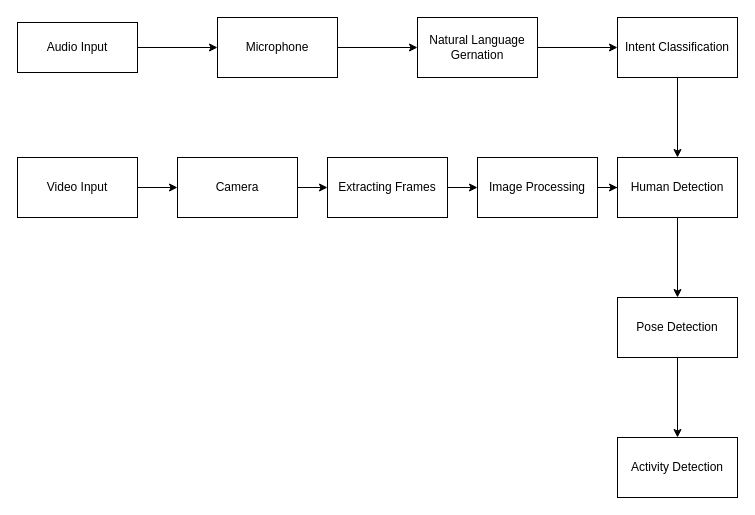
ahmad2001hotmailyahoo/ahmad-arc keeps this draw.io diagram as Artecture.drawio. Above is the earlier version. Source tidied: cells renumbered, new cells numbered last; positions are measured from the earlier drawing's top-left corner, leaving out a move shared by most shapes. Both pictures are drawn from the tidied source at 100%, with x=0, y=0 at pixel (17, 17).
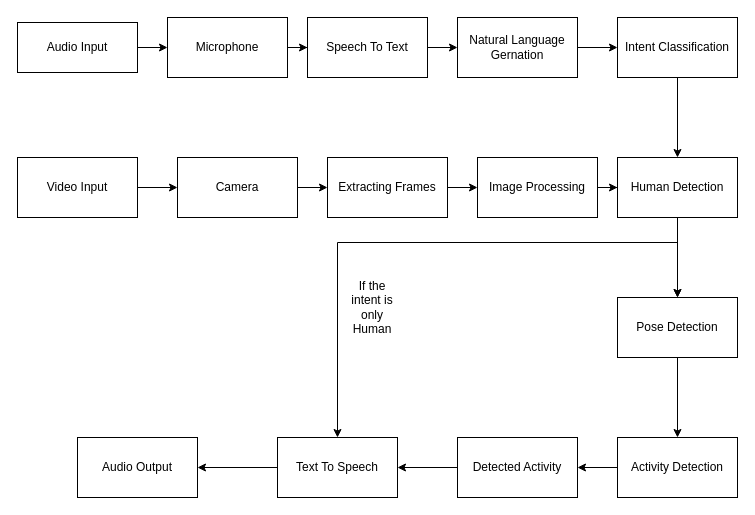
After the change.

The change refers to these unchanged cells:
```xml
<mxCell id="11" value="Human Detection" style="whiteSpace=wrap;html=1;rounded=0;" parent="1" vertex="1">
  <mxGeometry x="600" y="140" width="120" height="60" as="geometry" />
</mxCell>
<mxCell id="13" value="Pose Detection" style="whiteSpace=wrap;html=1;rounded=0;" parent="1" vertex="1">
  <mxGeometry x="600" y="280" width="120" height="60" as="geometry" />
</mxCell>
<mxCell id="14" value="Activity Detection" style="whiteSpace=wrap;html=1;rounded=0;" parent="1" vertex="1">
  <mxGeometry x="600" y="420" width="120" height="60" as="geometry" />
</mxCell>
```

Diff of the diagram source:
```diff
@@
-    <mxCell id="4" style="edgeStyle=orthogonalEdgeStyle;rounded=0;jettySize=auto;html=1;" parent="1" edge="1" source="5" target="7">
-      <mxGeometry relative="1" as="geometry" />
-    </mxCell>
+    <mxCell id="23" style="edgeStyle=orthogonalEdgeStyle;rounded=0;jettySize=auto;html=1;" parent="1" edge="1" source="5" target="32">
+      <mxGeometry relative="1" as="geometry" />
+    </mxCell>
     <mxCell id="5" value="Microphone" style="whiteSpace=wrap;html=1;rounded=0;" parent="1" vertex="1">
-      <mxGeometry x="200" width="120" height="60" as="geometry" />
+      <mxGeometry x="150" width="120" height="60" as="geometry" />
     </mxCell>
@@
     <mxCell id="7" value="Natural Language Gernation" style="whiteSpace=wrap;html=1;rounded=0;" parent="1" vertex="1">
-      <mxGeometry x="400" width="120" height="60" as="geometry" />
+      <mxGeometry x="440" width="120" height="60" as="geometry" />
     </mxCell>
@@
+    <mxCell id="24" style="edgeStyle=orthogonalEdgeStyle;rounded=0;jettySize=auto;html=1;" parent="1" edge="1" source="11" target="13">
+      <mxGeometry relative="1" as="geometry" />
+    </mxCell>
+    <mxCell id="25" style="edgeStyle=orthogonalEdgeStyle;rounded=0;jettySize=auto;html=1;entryX=0.5;entryY=0;entryDx=0;entryDy=0;" parent="1" edge="1" source="11" target="30">
+      <mxGeometry relative="1" as="geometry">
+        <Array as="points">
+          <mxPoint x="660" y="225" />
+          <mxPoint x="320" y="225" />
+        </Array>
+      </mxGeometry>
+    </mxCell>
@@
+    <mxCell id="26" style="edgeStyle=orthogonalEdgeStyle;rounded=0;jettySize=auto;html=1;" parent="1" edge="1" source="14" target="28">
+      <mxGeometry relative="1" as="geometry" />
+    </mxCell>
@@
+    <mxCell id="27" style="edgeStyle=orthogonalEdgeStyle;rounded=0;jettySize=auto;html=1;" parent="1" edge="1" source="28" target="30">
+      <mxGeometry relative="1" as="geometry" />
+    </mxCell>
+    <mxCell id="28" value="Detected Activity" style="whiteSpace=wrap;html=1;rounded=0;" parent="1" vertex="1">
+      <mxGeometry x="440" y="420" width="120" height="60" as="geometry" />
+    </mxCell>
+    <mxCell id="29" style="edgeStyle=orthogonalEdgeStyle;rounded=0;jettySize=auto;html=1;" parent="1" edge="1" source="30" target="33">
+      <mxGeometry relative="1" as="geometry" />
+    </mxCell>
+    <mxCell id="30" value="Text To Speech" style="whiteSpace=wrap;html=1;rounded=0;" parent="1" vertex="1">
+      <mxGeometry x="260" y="420" width="120" height="60" as="geometry" />
+    </mxCell>
+    <mxCell id="31" style="edgeStyle=orthogonalEdgeStyle;rounded=0;jettySize=auto;html=1;" parent="1" edge="1" source="32" target="7">
+      <mxGeometry relative="1" as="geometry" />
+    </mxCell>
+    <mxCell id="32" value="Speech To Text" style="whiteSpace=wrap;html=1;rounded=0;" parent="1" vertex="1">
+      <mxGeometry x="290" width="120" height="60" as="geometry" />
+    </mxCell>
+    <mxCell id="33" value="Audio Output" style="whiteSpace=wrap;html=1;rounded=0;" parent="1" vertex="1">
+      <mxGeometry x="60" y="420" width="120" height="60" as="geometry" />
+    </mxCell>
+    <mxCell id="34" value="If the intent is only Human" style="text;html=1;strokeColor=none;fillColor=none;align=center;verticalAlign=middle;whiteSpace=wrap;rounded=0;" parent="1" vertex="1">
+      <mxGeometry x="325" y="275" width="60" height="30" as="geometry" />
+    </mxCell>
```
